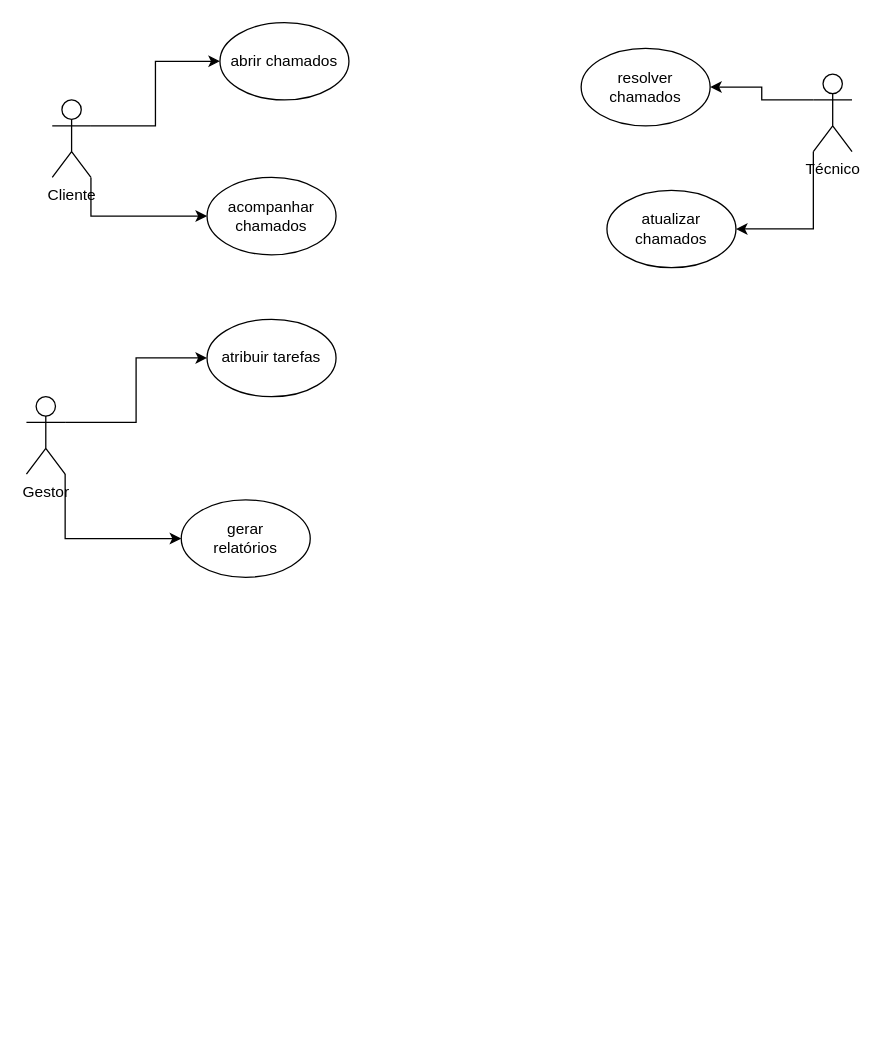
luann490/diagramasderequisitos keeps this draw.io diagram as page "7-27/03/25" (7 of 8) of Diagrama sem nome.drawio. Above is the earlier version. Source tidied: cells renumbered, new cells numbered last; positions are measured from the earlier drawing's top-left corner, leaving out a move shared by most shapes. Both pictures are drawn from the tidied source at 129%, with x=0, y=0 at pixel (26, 22).
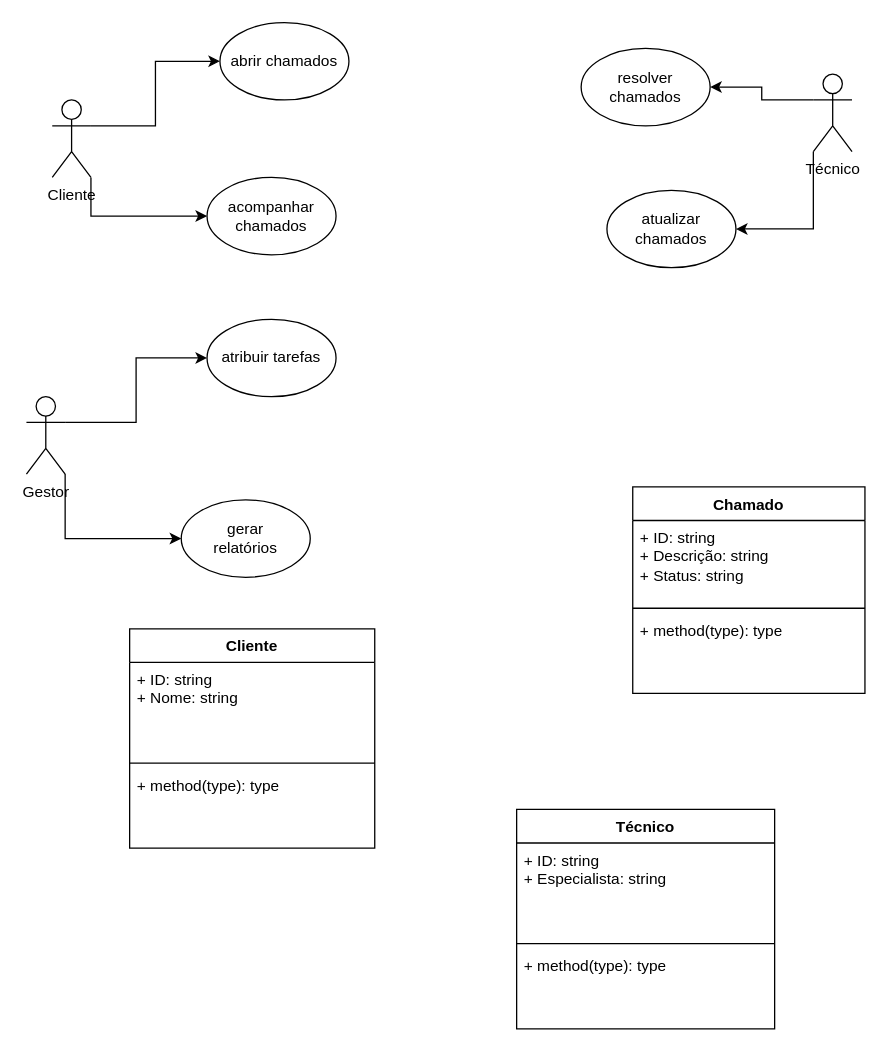
The same page after the edit.

What changed in the source:
```diff
@@
+    <mxCell id="17" value="Chamado" style="swimlane;fontStyle=1;align=center;verticalAlign=top;horizontal=1;startSize=26;whiteSpace=wrap;html=1;" parent="1" vertex="1">
+      <mxGeometry x="470" y="360" width="180" height="160" as="geometry" />
+    </mxCell>
+    <mxCell id="18" value="+ ID: string&lt;div&gt;+ Descrição: string&lt;/div&gt;&lt;div&gt;+ Status: string&lt;/div&gt;" style="text;strokeColor=none;fillColor=none;align=left;verticalAlign=top;spacingLeft=4;spacingRight=4;overflow=hidden;whiteSpace=wrap;html=1;" parent="17" vertex="1">
+      <mxGeometry y="26" width="180" height="64" as="geometry" />
+    </mxCell>
+    <mxCell id="19" style="line;strokeWidth=1;fillColor=none;align=left;verticalAlign=middle;spacingTop=-1;spacingLeft=3;spacingRight=3;labelPosition=right;strokeColor=inherit;" parent="17" vertex="1">
+      <mxGeometry y="90" width="180" height="8" as="geometry" />
+    </mxCell>
+    <mxCell id="20" value="+ method(type): type" style="text;strokeColor=none;fillColor=none;align=left;verticalAlign=top;spacingLeft=4;spacingRight=4;overflow=hidden;whiteSpace=wrap;html=1;" parent="17" vertex="1">
+      <mxGeometry y="98" width="180" height="62" as="geometry" />
+    </mxCell>
+    <mxCell id="21" value="Cliente" style="swimlane;fontStyle=1;align=center;verticalAlign=top;horizontal=1;startSize=26;whiteSpace=wrap;html=1;" parent="1" vertex="1">
+      <mxGeometry x="80" y="470" width="190" height="170" as="geometry" />
+    </mxCell>
+    <mxCell id="22" value="+ ID: string&lt;div&gt;+ Nome: string&lt;/div&gt;" style="text;strokeColor=none;fillColor=none;align=left;verticalAlign=top;spacingLeft=4;spacingRight=4;overflow=hidden;whiteSpace=wrap;html=1;" parent="21" vertex="1">
+      <mxGeometry y="26" width="190" height="74" as="geometry" />
+    </mxCell>
+    <mxCell id="23" style="line;strokeWidth=1;fillColor=none;align=left;verticalAlign=middle;spacingTop=-1;spacingLeft=3;spacingRight=3;labelPosition=right;strokeColor=inherit;" parent="21" vertex="1">
+      <mxGeometry y="100" width="190" height="8" as="geometry" />
+    </mxCell>
+    <mxCell id="24" value="+ method(type): type" style="text;strokeColor=none;fillColor=none;align=left;verticalAlign=top;spacingLeft=4;spacingRight=4;overflow=hidden;whiteSpace=wrap;html=1;" parent="21" vertex="1">
+      <mxGeometry y="108" width="190" height="62" as="geometry" />
+    </mxCell>
+    <mxCell id="25" value="Técnico" style="swimlane;fontStyle=1;align=center;verticalAlign=top;horizontal=1;startSize=26;whiteSpace=wrap;html=1;" parent="1" vertex="1">
+      <mxGeometry x="380" y="610" width="200" height="170" as="geometry" />
+    </mxCell>
+    <mxCell id="26" value="+ ID: string&lt;div&gt;+ Especialista: string&lt;/div&gt;" style="text;strokeColor=none;fillColor=none;align=left;verticalAlign=top;spacingLeft=4;spacingRight=4;overflow=hidden;whiteSpace=wrap;html=1;" parent="25" vertex="1">
+      <mxGeometry y="26" width="200" height="74" as="geometry" />
+    </mxCell>
+    <mxCell id="27" style="line;strokeWidth=1;fillColor=none;align=left;verticalAlign=middle;spacingTop=-1;spacingLeft=3;spacingRight=3;labelPosition=right;strokeColor=inherit;" parent="25" vertex="1">
+      <mxGeometry y="100" width="200" height="8" as="geometry" />
+    </mxCell>
+    <mxCell id="28" value="+ method(type): type" style="text;strokeColor=none;fillColor=none;align=left;verticalAlign=top;spacingLeft=4;spacingRight=4;overflow=hidden;whiteSpace=wrap;html=1;" parent="25" vertex="1">
+      <mxGeometry y="108" width="200" height="62" as="geometry" />
+    </mxCell>
```
